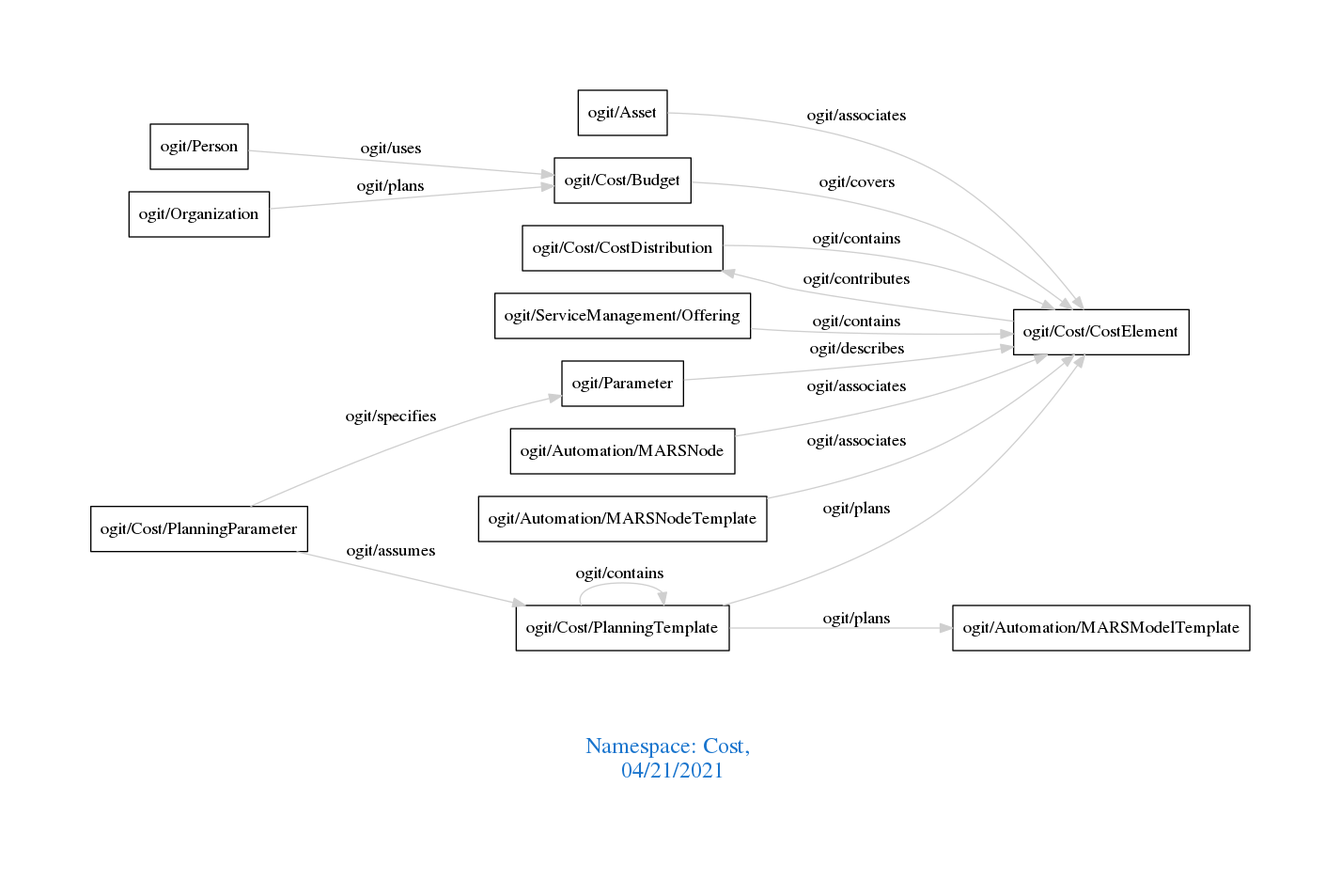
arago/OGIT keeps this Graphviz diagram as downloads/Cost.png. Above is the earlier version. Its source is kept beside it as downloads/Cost.dot.
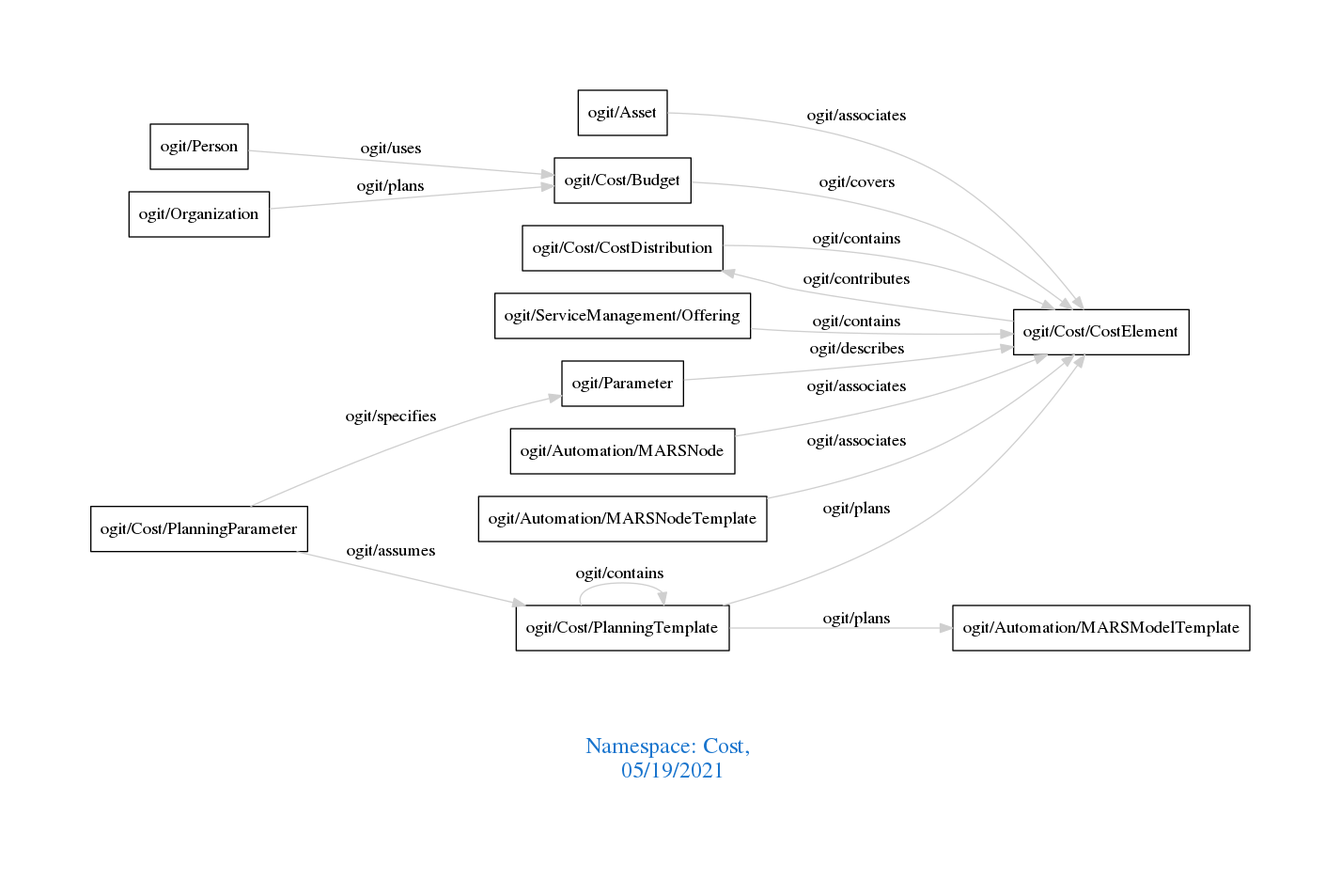
The same file after the commit.

The edit, as a diff of the source:
```diff
@@ -1,7 +1,7 @@
 digraph OGIT_ontology {
  graph [ rankdir= LR,pad=1
 fontsize = 18,
-fontcolor= dodgerblue3,label = "\n\n\nNamespace: Cost, \n 04/21/2021"];
+fontcolor= dodgerblue3,label = "\n\n\nNamespace: Cost, \n 05/19/2021"];
 node[shape=polygon];
 edge [  color="gray81"];
 
```
